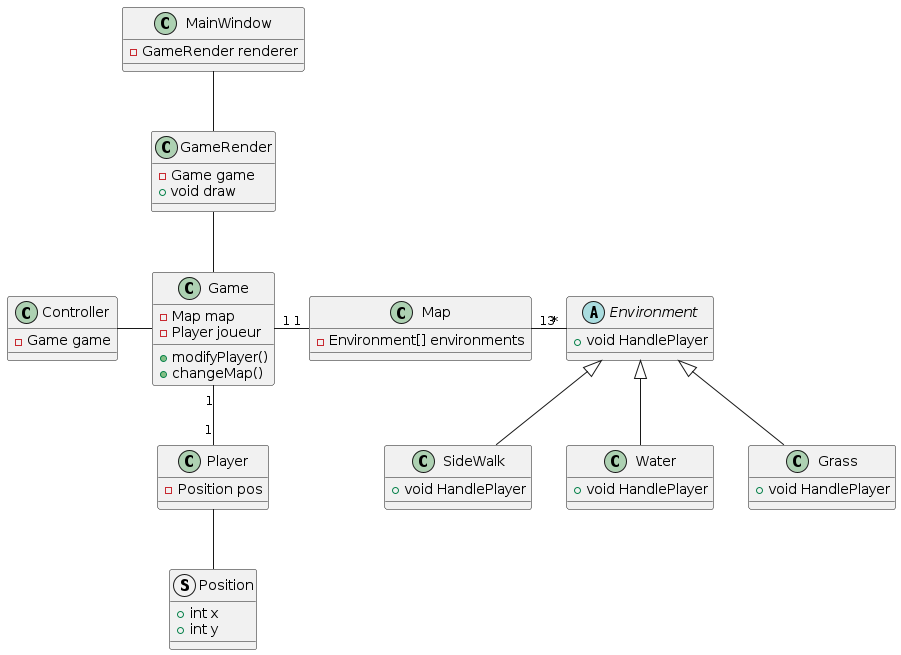
Before: doc/uml/class_diagram.png, a diagram exported from PlantUML (rcroughs/frogger).
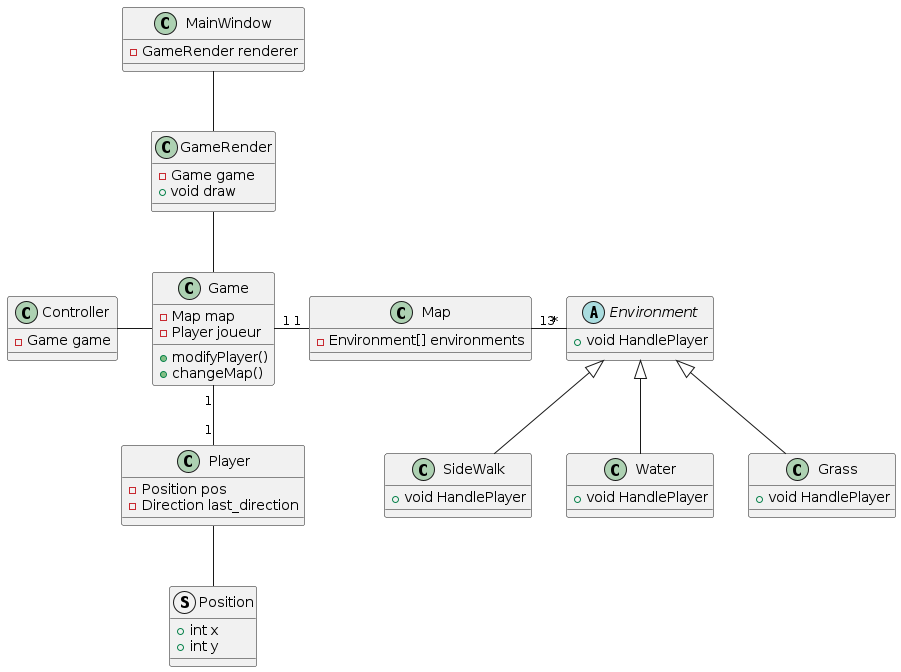
The same file after the commit.

Change to the diagram source:
```diff
@@ -28,6 +28,7 @@
 
 class Player {
   -Position pos
+  -Direction last_direction
 }
 
 struct Position {
```
